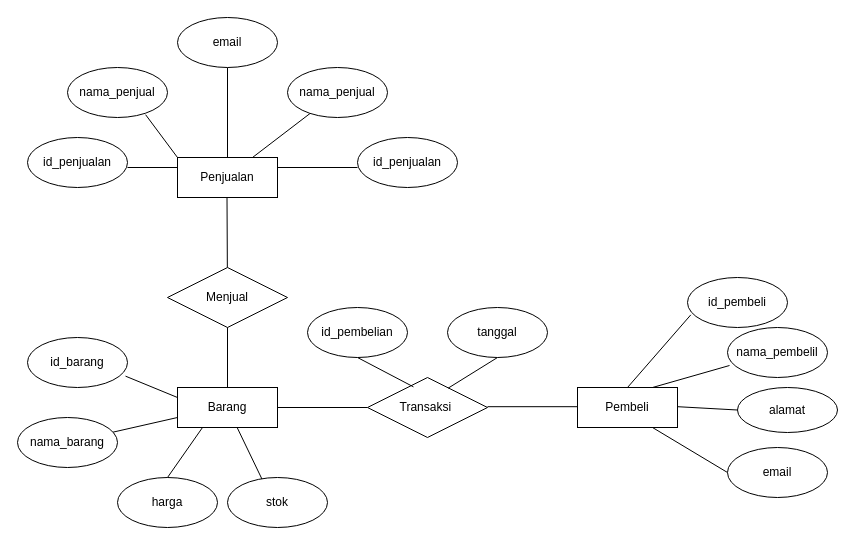
The draw.io diagram Diagram Tanpa Judul.drawio in NayaRPL/db1_usb, before the edit. Source tidied: cells renumbered, new cells numbered last; positions are measured from the earlier drawing's top-left corner, leaving out a move shared by most shapes. Both pictures are drawn from the tidied source at 100%, with x=0, y=0 at pixel (17, 17).
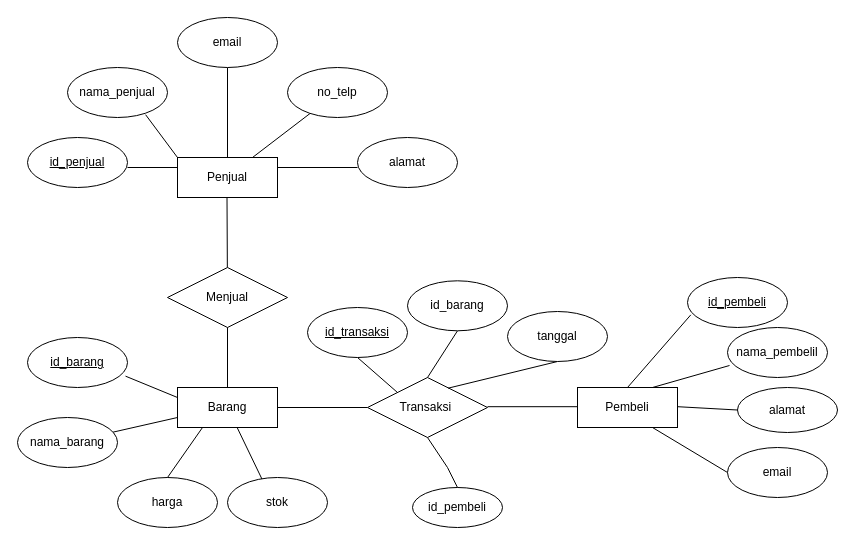
The same page after the edit.

Unchanged cells that the change refers to:
```xml
<mxCell id="26" value="Transaksi&amp;nbsp;" style="shape=rhombus;perimeter=rhombusPerimeter;whiteSpace=wrap;html=1;align=center;" parent="1" vertex="1">
  <mxGeometry x="350" y="360" width="120" height="60" as="geometry" />
</mxCell>
```

The edit, as a diff of the source:
```diff
@@
-    <mxCell id="2" value="Penjualan" style="whiteSpace=wrap;html=1;align=center;" parent="1" vertex="1">
+    <mxCell id="2" value="Penjual" style="whiteSpace=wrap;html=1;align=center;" parent="1" vertex="1">
       <mxGeometry x="160" y="140" width="100" height="40" as="geometry" />
     </mxCell>
@@
-    <mxCell id="4" value="id_penjualan" style="ellipse;whiteSpace=wrap;html=1;align=center;" parent="1" vertex="1">
+    <mxCell id="4" value="&lt;u&gt;id_penjual&lt;/u&gt;" style="ellipse;whiteSpace=wrap;html=1;align=center;" parent="1" vertex="1">
       <mxGeometry x="10" y="120" width="100" height="50" as="geometry" />
     </mxCell>
@@
-    <mxCell id="10" value="nama_penjual" style="ellipse;whiteSpace=wrap;html=1;align=center;" parent="1" vertex="1">
+    <mxCell id="10" value="no_telp" style="ellipse;whiteSpace=wrap;html=1;align=center;" parent="1" vertex="1">
       <mxGeometry x="270" y="50" width="100" height="50" as="geometry" />
     </mxCell>
@@
-    <mxCell id="12" value="id_penjualan" style="ellipse;whiteSpace=wrap;html=1;align=center;" parent="1" vertex="1">
+    <mxCell id="12" value="alamat" style="ellipse;whiteSpace=wrap;html=1;align=center;" parent="1" vertex="1">
       <mxGeometry x="340" y="120" width="100" height="50" as="geometry" />
     </mxCell>
@@
-    <mxCell id="18" value="id_barang" style="ellipse;whiteSpace=wrap;html=1;align=center;" parent="1" vertex="1">
+    <mxCell id="18" value="&lt;u&gt;id_barang&lt;/u&gt;" style="ellipse;whiteSpace=wrap;html=1;align=center;" parent="1" vertex="1">
       <mxGeometry x="10" y="320" width="100" height="50" as="geometry" />
     </mxCell>
@@
-    <mxCell id="27" style="endArrow=none;html=1;rounded=0;exitX=0.383;exitY=0.156;exitDx=0;exitDy=0;exitPerimeter=0;entryX=0.5;entryY=1;entryDx=0;entryDy=0;" parent="1" edge="1" source="26" target="28">
+    <mxCell id="27" style="endArrow=none;html=1;rounded=0;exitX=0;exitY=0;exitDx=0;exitDy=0;entryX=0.5;entryY=1;entryDx=0;entryDy=0;" parent="1" edge="1" source="26" target="28">
       <mxGeometry relative="1" as="geometry" />
     </mxCell>
-    <mxCell id="28" value="id_pembelian" style="ellipse;whiteSpace=wrap;html=1;align=center;" parent="1" vertex="1">
+    <mxCell id="28" value="&lt;u&gt;id_transaksi&lt;/u&gt;" style="ellipse;whiteSpace=wrap;html=1;align=center;" parent="1" vertex="1">
       <mxGeometry x="290" y="290" width="100" height="50" as="geometry" />
     </mxCell>
@@
     <mxCell id="30" value="tanggal" style="ellipse;whiteSpace=wrap;html=1;align=center;" parent="1" vertex="1">
-      <mxGeometry x="430" y="290" width="100" height="50" as="geometry" />
+      <mxGeometry x="490" y="294" width="100" height="50" as="geometry" />
     </mxCell>
@@
-    <mxCell id="38" value="id_pembeli" style="ellipse;whiteSpace=wrap;html=1;align=center;" parent="1" vertex="1">
+    <mxCell id="38" value="&lt;u&gt;id_pembeli&lt;/u&gt;" style="ellipse;whiteSpace=wrap;html=1;align=center;" parent="1" vertex="1">
       <mxGeometry x="670" y="260" width="100" height="50" as="geometry" />
     </mxCell>
@@
+    <mxCell id="41" style="endArrow=none;html=1;rounded=0;exitX=0.5;exitY=0;exitDx=0;exitDy=0;entryX=0.5;entryY=1;entryDx=0;entryDy=0;" parent="1" edge="1" source="26" target="42">
+      <mxGeometry relative="1" as="geometry" />
+    </mxCell>
+    <mxCell id="42" value="id_barang" style="ellipse;whiteSpace=wrap;html=1;align=center;" parent="1" vertex="1">
+      <mxGeometry x="390" y="263.3" width="100" height="50" as="geometry" />
+    </mxCell>
+    <mxCell id="43" value="id_pembeli" style="ellipse;whiteSpace=wrap;html=1;align=center;" parent="1" vertex="1">
+      <mxGeometry x="395" y="470" width="90" height="40" as="geometry" />
+    </mxCell>
+    <mxCell id="44" style="endArrow=none;html=1;rounded=0;exitX=0.5;exitY=1;exitDx=0;exitDy=0;entryX=0.5;entryY=0;entryDx=0;entryDy=0;" parent="1" edge="1" source="26" target="43">
+      <mxGeometry relative="1" as="geometry">
+        <Array as="points">
+          <mxPoint x="430" y="450" />
+        </Array>
+      </mxGeometry>
+    </mxCell>
```
